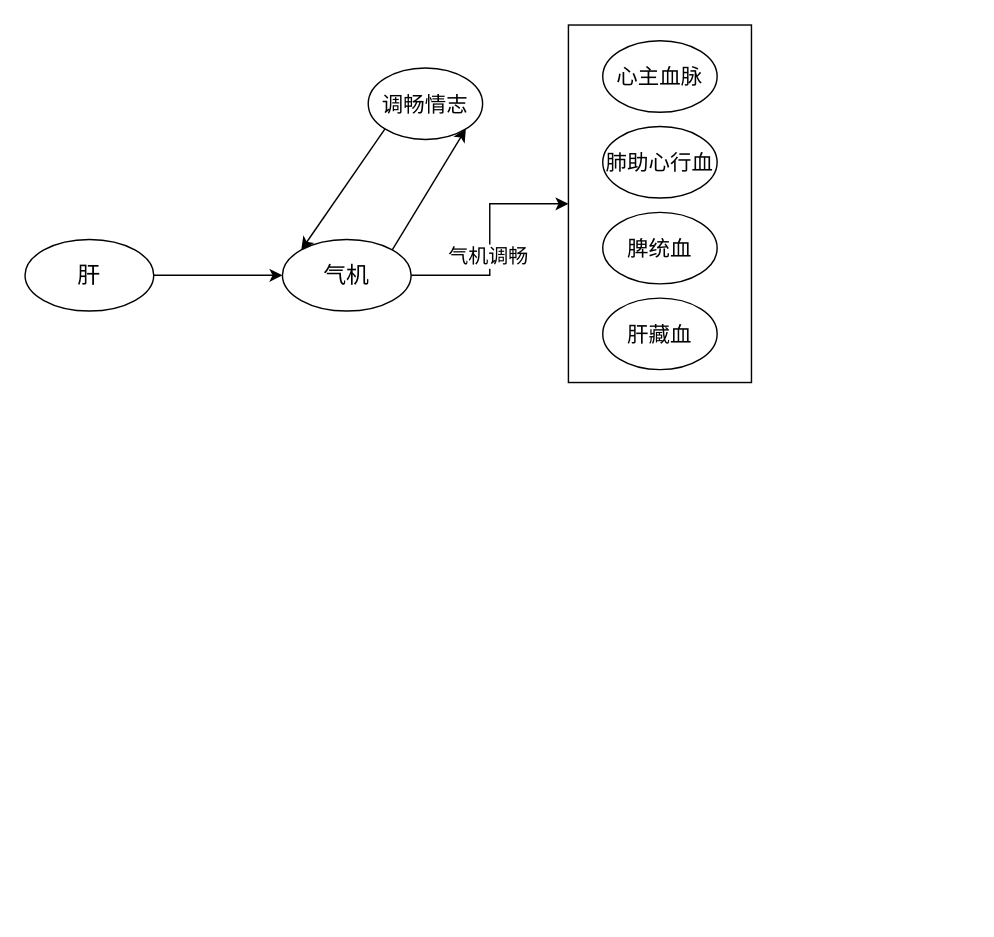
Before: 医门推敲叁/中医藏象学说/藏象学说之肝/肝的生理功能/001肝-疏泄调畅气机.drawio in 328507133/chart, a draw.io diagram. Source tidied: cells renumbered, new cells numbered last; positions are measured from the earlier drawing's top-left corner, leaving out a move shared by most shapes. Both pictures are drawn from the tidied source at 143%, with x=0, y=0 at pixel (24, 24).
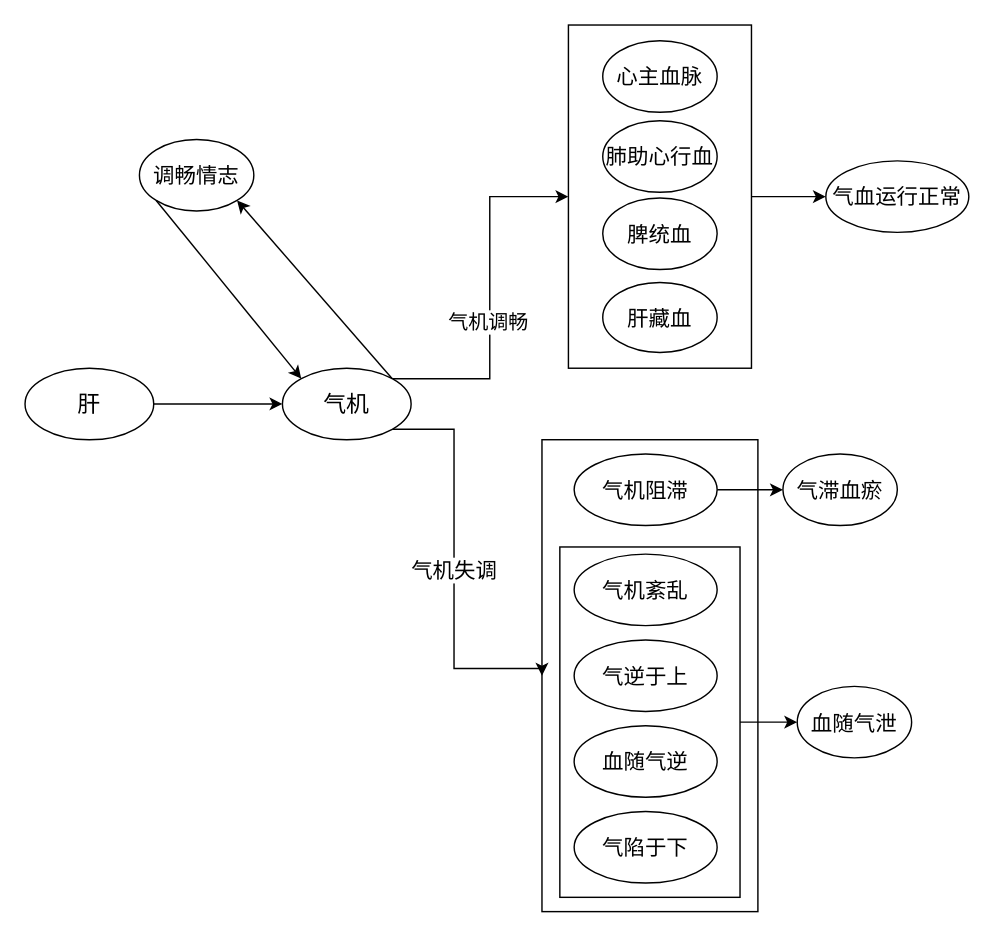
The same diagram, later.

Commit message (it also covers changes not shown here):
更新001肝-疏泄调畅气机.drawio

What changed in the source:
```diff
@@
+    <mxCell id="15" style="rounded=0;whiteSpace=wrap;html=1;" parent="1" vertex="1">
+      <mxGeometry x="361.5" y="290" width="151" height="330" as="geometry" />
+    </mxCell>
+    <mxCell id="16" style="edgeStyle=orthogonalEdgeStyle;rounded=0;jettySize=auto;html=1;exitX=1;exitY=0.5;exitDx=0;exitDy=0;" parent="1" edge="1" source="17" target="29">
+      <mxGeometry relative="1" as="geometry" />
+    </mxCell>
+    <mxCell id="17" style="rounded=0;whiteSpace=wrap;html=1;" parent="1" vertex="1">
+      <mxGeometry x="374" y="365" width="126" height="245" as="geometry" />
+    </mxCell>
     <mxCell id="2" value="调畅情志" style="ellipse;whiteSpace=wrap;html=1;fontSize=15;" parent="1" vertex="1">
-      <mxGeometry x="240" y="30" width="80" height="50" as="geometry" />
+      <mxGeometry x="80" y="80" width="80" height="50" as="geometry" />
     </mxCell>
-    <mxCell id="3" style="edgeStyle=orthogonalEdgeStyle;rounded=0;jettySize=auto;html=1;exitX=1;exitY=0.5;exitDx=0;exitDy=0;entryX=0;entryY=0.5;entryDx=0;entryDy=0;" parent="1" edge="1" source="5" target="10">
+    <mxCell id="3" style="edgeStyle=orthogonalEdgeStyle;rounded=0;jettySize=auto;html=1;exitX=1;exitY=0;exitDx=0;exitDy=0;entryX=0;entryY=0.5;entryDx=0;entryDy=0;" parent="1" edge="1" source="5" target="10">
       <mxGeometry relative="1" as="geometry" />
     </mxCell>
@@
+    <mxCell id="18" style="edgeStyle=orthogonalEdgeStyle;rounded=0;jettySize=auto;html=1;exitX=1;exitY=1;exitDx=0;exitDy=0;entryX=0;entryY=0.5;entryDx=0;entryDy=0;" parent="1" edge="1" source="5" target="15">
+      <mxGeometry relative="1" as="geometry">
+        <Array as="points">
+          <mxPoint x="300" y="283" />
+          <mxPoint x="300" y="450" />
+          <mxPoint x="362" y="450" />
+        </Array>
+      </mxGeometry>
+    </mxCell>
+    <mxCell id="19" value="气机失调" style="edgeLabel;html=1;align=center;verticalAlign=middle;fontSize=15;" parent="18" vertex="1">
+      <mxGeometry x="0.02" y="-1" relative="1" as="geometry" />
+    </mxCell>
     <mxCell id="5" value="气机" style="ellipse;whiteSpace=wrap;html=1;fontSize=16;" parent="1" vertex="1">
-      <mxGeometry x="180" y="150" width="90" height="50" as="geometry" />
+      <mxGeometry x="180" y="240" width="90" height="50" as="geometry" />
     </mxCell>
     <mxCell id="6" value="肝" style="ellipse;whiteSpace=wrap;html=1;fontSize=16;" parent="1" vertex="1">
-      <mxGeometry y="150" width="90" height="50" as="geometry" />
+      <mxGeometry y="240" width="90" height="50" as="geometry" />
     </mxCell>
@@
+    <mxCell id="20" style="edgeStyle=orthogonalEdgeStyle;rounded=0;jettySize=auto;html=1;exitX=1;exitY=0.5;exitDx=0;exitDy=0;entryX=0;entryY=0.5;entryDx=0;entryDy=0;" parent="1" edge="1" source="10" target="21">
+      <mxGeometry relative="1" as="geometry" />
+    </mxCell>
     <mxCell id="10" style="rounded=0;whiteSpace=wrap;html=1;" parent="1" vertex="1">
-      <mxGeometry x="380" width="128" height="250" as="geometry" />
+      <mxGeometry x="380" width="128" height="240" as="geometry" />
     </mxCell>
@@
     <mxCell id="12" value="肺助心行血" style="ellipse;whiteSpace=wrap;html=1;fontSize=15;" parent="1" vertex="1">
-      <mxGeometry x="404" y="71" width="80" height="50" as="geometry" />
+      <mxGeometry x="404" y="67" width="80" height="50" as="geometry" />
     </mxCell>
     <mxCell id="13" value="脾统血" style="ellipse;whiteSpace=wrap;html=1;fontSize=15;" parent="1" vertex="1">
-      <mxGeometry x="404" y="131" width="80" height="50" as="geometry" />
+      <mxGeometry x="404" y="121" width="80" height="50" as="geometry" />
     </mxCell>
     <mxCell id="14" value="肝藏血" style="ellipse;whiteSpace=wrap;html=1;fontSize=15;" parent="1" vertex="1">
-      <mxGeometry x="404" y="191" width="80" height="50" as="geometry" />
+      <mxGeometry x="404" y="180" width="80" height="49" as="geometry" />
     </mxCell>
+    <mxCell id="21" value="气血运行正常" style="ellipse;whiteSpace=wrap;html=1;fontSize=15;" parent="1" vertex="1">
+      <mxGeometry x="560" y="95" width="100" height="50" as="geometry" />
+    </mxCell>
+    <mxCell id="22" style="edgeStyle=orthogonalEdgeStyle;rounded=0;jettySize=auto;html=1;exitX=1;exitY=0.5;exitDx=0;exitDy=0;entryX=0;entryY=0.5;entryDx=0;entryDy=0;" parent="1" edge="1" source="23" target="24">
+      <mxGeometry relative="1" as="geometry" />
+    </mxCell>
+    <mxCell id="23" value="气机阻滞" style="ellipse;whiteSpace=wrap;html=1;fontSize=15;" parent="1" vertex="1">
+      <mxGeometry x="384" y="300" width="100" height="50" as="geometry" />
+    </mxCell>
+    <mxCell id="24" value="气滞血瘀" style="ellipse;whiteSpace=wrap;html=1;fontSize=15;" parent="1" vertex="1">
+      <mxGeometry x="530" y="300" width="80" height="50" as="geometry" />
+    </mxCell>
+    <mxCell id="25" value="气机紊乱" style="ellipse;whiteSpace=wrap;html=1;fontSize=15;" parent="1" vertex="1">
+      <mxGeometry x="384" y="370" width="100" height="50" as="geometry" />
+    </mxCell>
+    <mxCell id="26" value="气逆于上" style="ellipse;whiteSpace=wrap;html=1;fontSize=15;" parent="1" vertex="1">
+      <mxGeometry x="384" y="430" width="100" height="50" as="geometry" />
+    </mxCell>
+    <mxCell id="27" value="血随气逆" style="ellipse;whiteSpace=wrap;html=1;fontSize=15;" parent="1" vertex="1">
+      <mxGeometry x="384" y="490" width="100" height="50" as="geometry" />
+    </mxCell>
+    <mxCell id="28" value="气陷于下" style="ellipse;whiteSpace=wrap;html=1;fontSize=15;" parent="1" vertex="1">
+      <mxGeometry x="384" y="550" width="100" height="50" as="geometry" />
+    </mxCell>
+    <mxCell id="29" value="血随气泄" style="ellipse;whiteSpace=wrap;html=1;fontSize=15;" parent="1" vertex="1">
+      <mxGeometry x="540" y="462.5" width="80" height="50" as="geometry" />
+    </mxCell>
```
